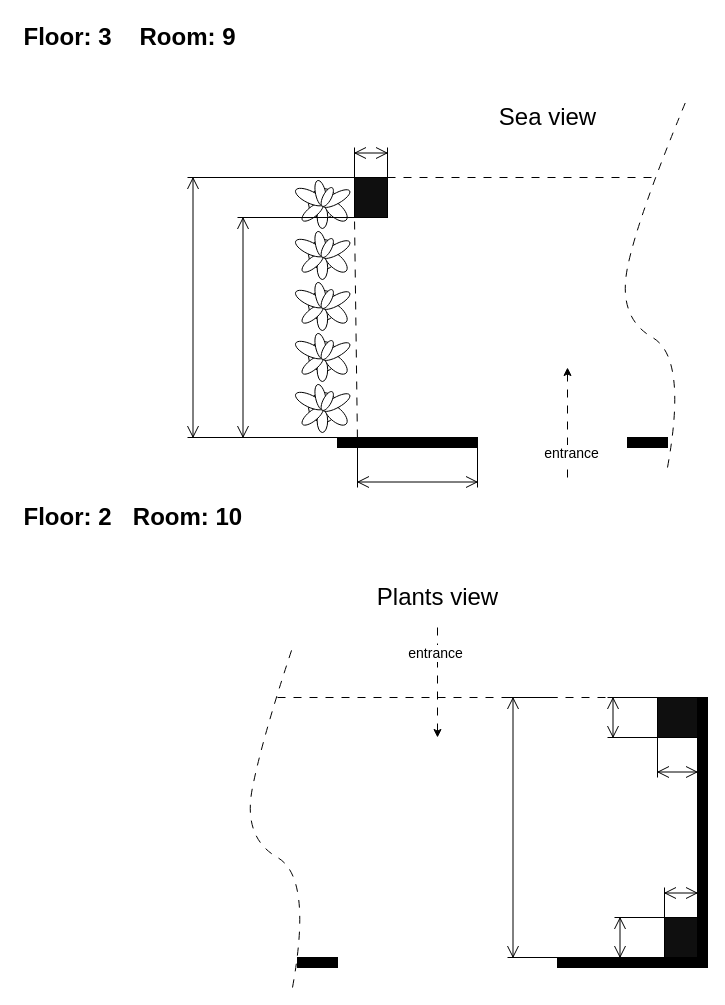
The draw.io diagram Room 9-10.drawio in hdghg/heaven-balcony, before the edit. Source tidied: cells renumbered, new cells numbered last; positions are measured from the earlier drawing's top-left corner, leaving out a move shared by most shapes. Both pictures are drawn from the tidied source at 100%, with x=0, y=0 at pixel (17, 17).
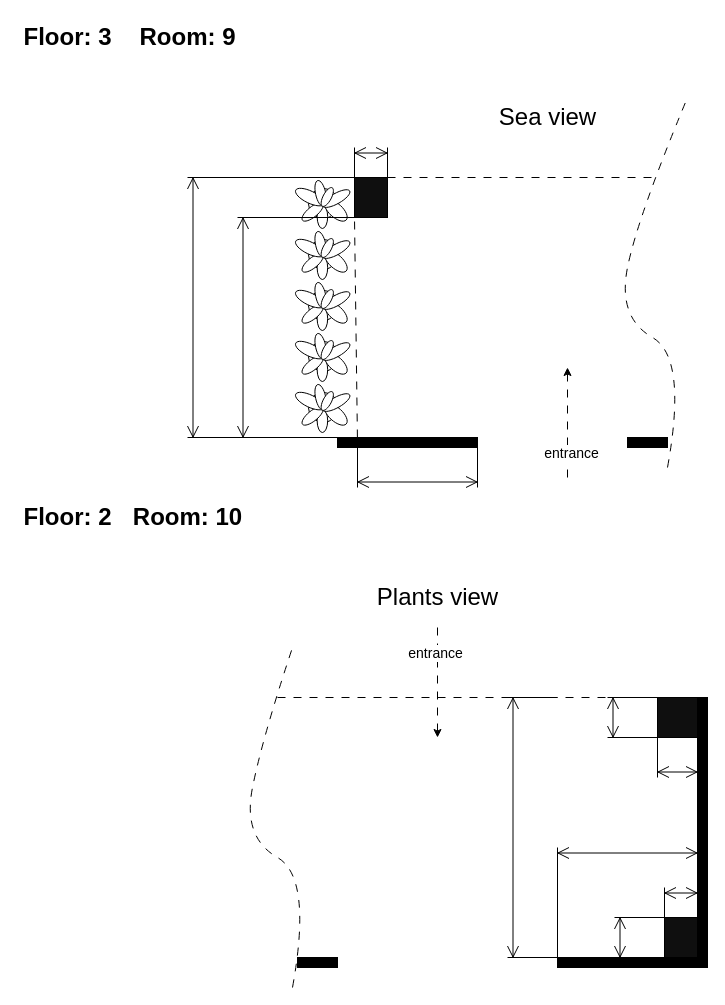
The same page after the edit.

Change to the diagram source:
```diff
@@
+    <mxCell id="39" style="shape=dimension;direction=west;whiteSpace=wrap;html=1;align=center;verticalAlign=top;spacingTop=-8;labelBackgroundColor=#ffffff;fontSize=14;fillColor=#0F0F0F;" parent="1" vertex="1">
+      <mxGeometry x="540" y="830" width="140" height="120" as="geometry" />
+    </mxCell>
```
